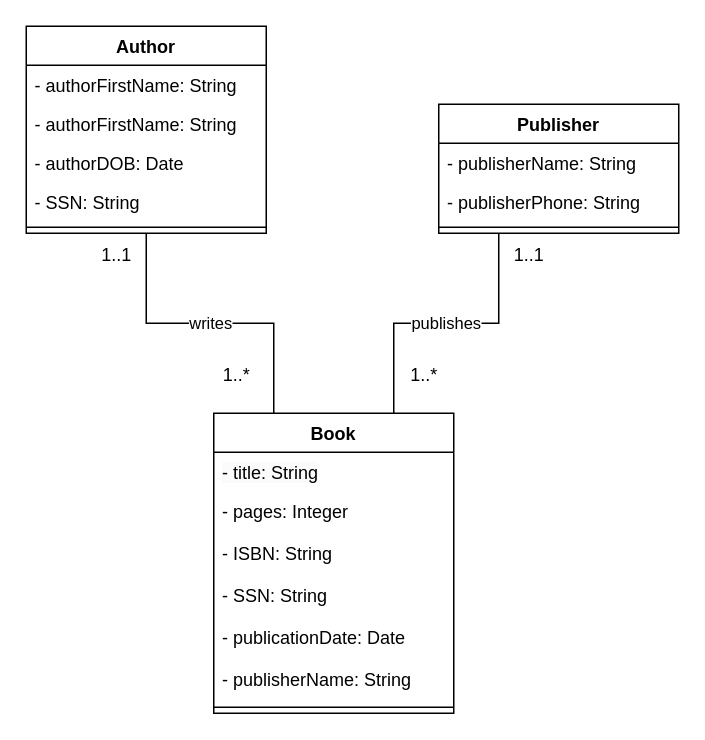
devloos/college keeps this draw.io diagram as spring-2025/cecs-323/hw4.drawio. Above is the earlier version. Source tidied: cells renumbered, new cells numbered last; positions are measured from the earlier drawing's top-left corner, leaving out a move shared by most shapes. Both pictures are drawn from the tidied source at 150%, with x=0, y=0 at pixel (26, 26).
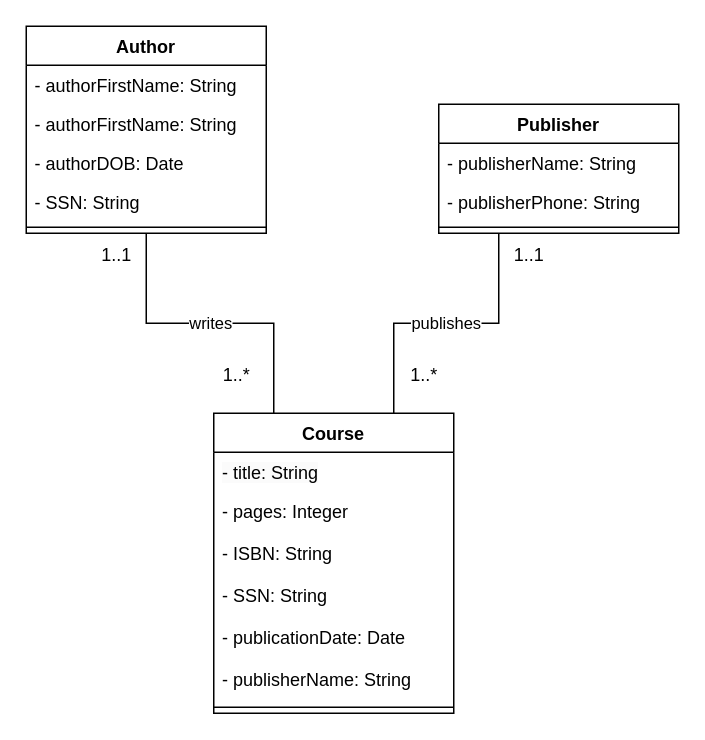
The same page after the edit.

What changed in the source:
```diff
@@
-    <mxCell id="2" value="Book&lt;div&gt;&lt;br&gt;&lt;/div&gt;" style="swimlane;fontStyle=1;align=center;verticalAlign=top;horizontal=1;startSize=26;whiteSpace=wrap;html=1;" parent="1" vertex="1">
+    <mxCell id="2" value="&lt;div&gt;Course&lt;/div&gt;" style="swimlane;fontStyle=1;align=center;verticalAlign=top;horizontal=1;startSize=26;whiteSpace=wrap;html=1;" parent="1" vertex="1">
       <mxGeometry x="125" y="258" width="160" height="200" as="geometry" />
     </mxCell>
```
